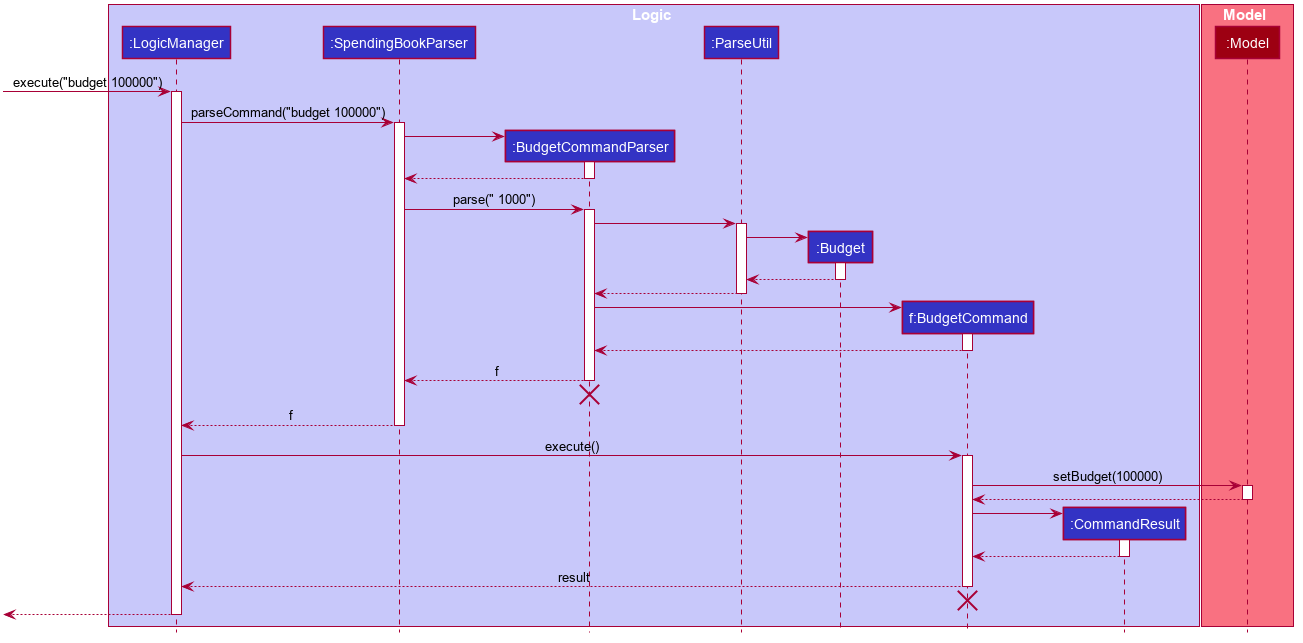
Before: docs/images/SetBudgetSequenceDiagram.png, a diagram exported from PlantUML (nus-cs2103-AY1920S1/addressbook-level3).
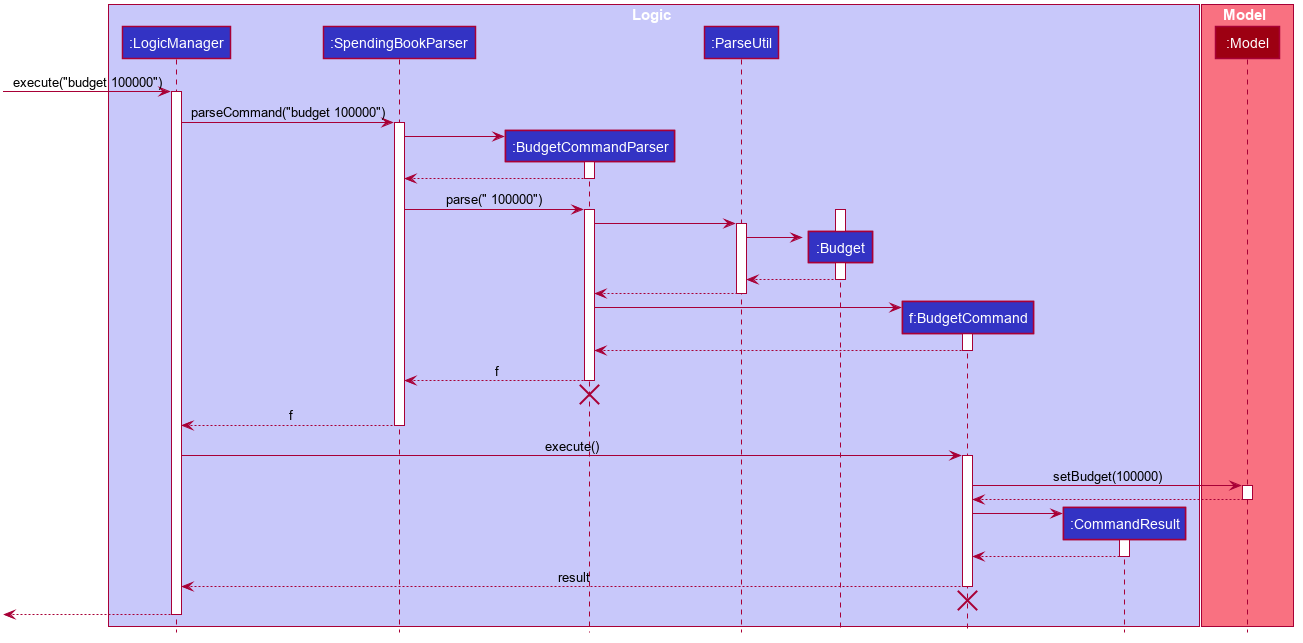
Later version of the same file.

Commit message:
fix sequence diagram for setBudget

fix sequence diagram for setBudget parse(100000)

The edit, as a diff of the source:
```diff
@@ -75,20 +75,19 @@
 BudgetCommandParser --> SpendingBookParser
 deactivate BudgetCommandParser
 
-SpendingBookParser -> BudgetCommandParser : parse(" 1000")
+SpendingBookParser -> BudgetCommandParser : parse(" 100000")
 activate BudgetCommandParser
+activate Budget
 
 BudgetCommandParser -> ParseUtil
 activate ParseUtil
 
 create Budget
 ParseUtil -> Budget
-activate Budget
 
 Budget --> ParseUtil
 
 deactivate Budget
-
 
 ParseUtil --> BudgetCommandParser
 deactivate ParseUtil
@@ -107,7 +106,6 @@
 
 SpendingBookParser --> LogicManager : f
 deactivate SpendingBookParser
-
 
 LogicManager -> BudgetCommand : execute()
 activate BudgetCommand
```
